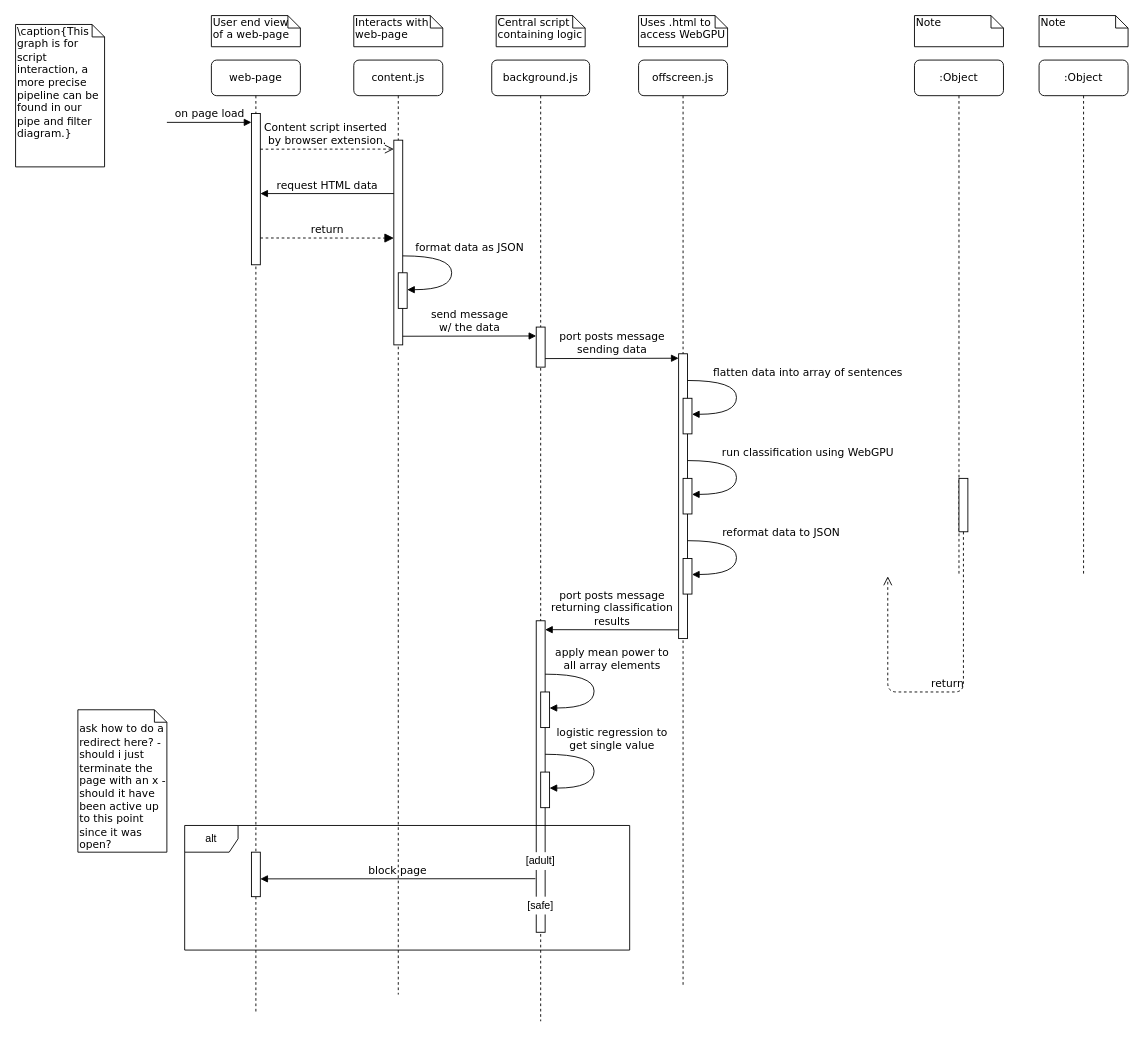
This is diagrams/PyroBlockerSequence.drawio from 3cho11/PyroBlocker, a draw.io file, before an edit. Source tidied: cells renumbered, new cells numbered last; positions are measured from the earlier drawing's top-left corner, leaving out a move shared by most shapes. Both pictures are drawn from the tidied source at 89%, with x=0, y=0 at pixel (15, 15).
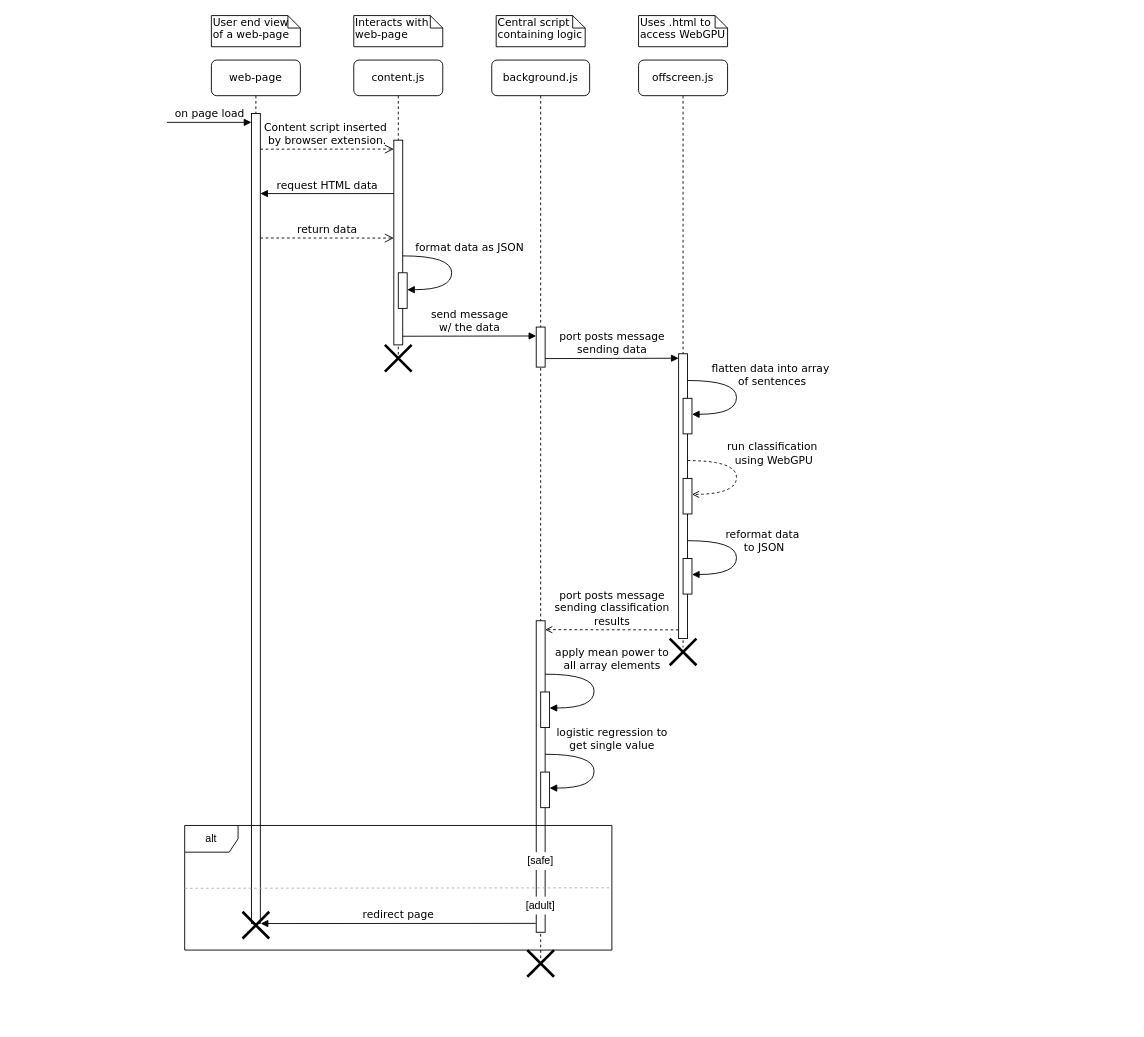
The same page after the edit.

The change refers to these unchanged cells:
```xml
<mxCell id="4" style="html=1;points=[];perimeter=orthogonalPerimeter;rounded=0;shadow=0;comic=0;labelBackgroundColor=none;strokeWidth=1;fontFamily=Verdana;fontSize=12;align=center;" parent="2" vertex="1">
  <mxGeometry x="50" y="630" width="10" height="350" as="geometry" />
</mxCell>
```

Change to the diagram source:
```diff
@@
     <mxCell id="2" value="background.js" style="shape=umlLifeline;perimeter=lifelinePerimeter;whiteSpace=wrap;html=1;rounded=1;shadow=0;comic=0;labelBackgroundColor=none;strokeWidth=1;fontFamily=Verdana;fontSize=12;align=center;" parent="1" vertex="1">
-      <mxGeometry x="535" y="50" width="110" height="1080" as="geometry" />
+      <mxGeometry x="535" y="50" width="110" height="1010" as="geometry" />
     </mxCell>
@@
-    <mxCell id="9" value="[adult]" style="rounded=0;whiteSpace=wrap;html=1;strokeColor=none;" parent="2" vertex="1">
+    <mxCell id="9" value="[safe]" style="rounded=0;whiteSpace=wrap;html=1;strokeColor=none;" parent="2" vertex="1">
       <mxGeometry x="30" y="890" width="50" height="20" as="geometry" />
     </mxCell>
+    <mxCell id="47" style="shape=umlDestroy;whiteSpace=wrap;html=1;strokeWidth=3;targetShapes=umlLifeline;" parent="2" vertex="1">
+      <mxGeometry x="40" y="1000" width="30" height="30" as="geometry" />
+    </mxCell>
     <mxCell id="10" value="offscreen.js" style="shape=umlLifeline;perimeter=lifelinePerimeter;whiteSpace=wrap;html=1;rounded=1;shadow=0;comic=0;labelBackgroundColor=none;strokeWidth=1;fontFamily=Verdana;fontSize=12;align=center;" parent="1" vertex="1">
-      <mxGeometry x="700" y="50" width="100" height="1040" as="geometry" />
+      <mxGeometry x="700" y="50" width="100" height="660" as="geometry" />
     </mxCell>
@@
-    <mxCell id="13" value="run classification using WebGPU" style="html=1;verticalAlign=bottom;endArrow=block;labelBackgroundColor=none;fontFamily=Verdana;fontSize=12;elbow=vertical;edgeStyle=orthogonalEdgeStyle;curved=1;entryX=1;entryY=0.286;entryPerimeter=0;exitX=1.038;exitY=0.345;exitPerimeter=0;" parent="10" edge="1">
-      <mxGeometry x="-0.23" y="80" relative="1" as="geometry">
+    <mxCell id="13" value="&lt;div&gt;run classification&amp;nbsp;&lt;/div&gt;&lt;div&gt;using WebGPU&lt;/div&gt;" style="html=1;verticalAlign=bottom;endArrow=open;labelBackgroundColor=none;fontFamily=Verdana;fontSize=12;elbow=vertical;edgeStyle=orthogonalEdgeStyle;curved=1;entryX=1;entryY=0.286;entryPerimeter=0;exitX=1.038;exitY=0.345;exitPerimeter=0;dashed=1;endFill=0;" parent="10" edge="1">
+      <mxGeometry x="-0.1" y="42" relative="1" as="geometry">
         <mxPoint x="55" y="450" as="sourcePoint" />
         <mxPoint x="60" y="488" as="targetPoint" />
         <Array as="points">
           <mxPoint x="110" y="450" />
           <mxPoint x="110" y="488" />
         </Array>
       </mxGeometry>
     </mxCell>
-    <mxCell id="14" value="flatten data into array of sentences" style="html=1;verticalAlign=bottom;endArrow=block;labelBackgroundColor=none;fontFamily=Verdana;fontSize=12;elbow=vertical;edgeStyle=orthogonalEdgeStyle;curved=1;entryX=1;entryY=0.286;entryPerimeter=0;exitX=1.038;exitY=0.345;exitPerimeter=0;" parent="10" edge="1">
-      <mxGeometry x="-0.23" y="80" relative="1" as="geometry">
+    <mxCell id="14" value="&lt;div&gt;flatten data into array&amp;nbsp;&lt;/div&gt;&lt;div&gt;of sentences&lt;/div&gt;" style="html=1;verticalAlign=bottom;endArrow=block;labelBackgroundColor=none;fontFamily=Verdana;fontSize=12;elbow=vertical;edgeStyle=orthogonalEdgeStyle;curved=1;entryX=1;entryY=0.286;entryPerimeter=0;exitX=1.038;exitY=0.345;exitPerimeter=0;" parent="10" edge="1">
+      <mxGeometry x="-0.08" y="40" relative="1" as="geometry">
         <mxPoint x="55" y="360" as="sourcePoint" />
         <mxPoint x="60" y="398" as="targetPoint" />
         <Array as="points">
           <mxPoint x="110" y="360" />
           <mxPoint x="110" y="398" />
         </Array>
       </mxGeometry>
     </mxCell>
@@
-    <mxCell id="16" value="reformat data to JSON " style="html=1;verticalAlign=bottom;endArrow=block;labelBackgroundColor=none;fontFamily=Verdana;fontSize=12;elbow=vertical;edgeStyle=orthogonalEdgeStyle;curved=1;entryX=1;entryY=0.286;entryPerimeter=0;exitX=1.038;exitY=0.345;exitPerimeter=0;" parent="10" edge="1">
-      <mxGeometry x="-0.23" y="50" relative="1" as="geometry">
+    <mxCell id="16" value="&lt;div&gt;reformat data&amp;nbsp;&lt;/div&gt;&lt;div&gt;to JSON &lt;/div&gt;" style="html=1;verticalAlign=bottom;endArrow=block;labelBackgroundColor=none;fontFamily=Verdana;fontSize=12;elbow=vertical;edgeStyle=orthogonalEdgeStyle;curved=1;entryX=1;entryY=0.286;entryPerimeter=0;exitX=1.038;exitY=0.345;exitPerimeter=0;" parent="10" edge="1">
+      <mxGeometry x="0.01" y="31" relative="1" as="geometry">
         <mxPoint x="55" y="540" as="sourcePoint" />
         <mxPoint x="60" y="578" as="targetPoint" />
         <Array as="points">
           <mxPoint x="110" y="540" />
           <mxPoint x="110" y="578" />
         </Array>
       </mxGeometry>
     </mxCell>
@@
     <mxCell id="19" value="web-page" style="shape=umlLifeline;perimeter=lifelinePerimeter;whiteSpace=wrap;html=1;rounded=1;shadow=0;comic=0;labelBackgroundColor=none;strokeWidth=1;fontFamily=Verdana;fontSize=12;align=center;" parent="1" vertex="1">
-      <mxGeometry x="220" y="50" width="100" height="1070" as="geometry" />
+      <mxGeometry x="220" y="50" width="100" height="970" as="geometry" />
     </mxCell>
     <mxCell id="20" style="html=1;perimeter=orthogonalPerimeter;rounded=0;shadow=0;comic=0;labelBackgroundColor=none;strokeWidth=1;fontFamily=Verdana;fontSize=12;align=center;" parent="19" vertex="1">
-      <mxGeometry x="45" y="60" width="10" height="170" as="geometry" />
+      <mxGeometry x="45" y="60" width="10" height="910" as="geometry" />
     </mxCell>
@@
-    <mxCell id="22" value=":Object" style="shape=umlLifeline;perimeter=lifelinePerimeter;whiteSpace=wrap;html=1;rounded=1;shadow=0;comic=0;labelBackgroundColor=none;strokeWidth=1;fontFamily=Verdana;fontSize=12;align=center;" parent="1" vertex="1">
-      <mxGeometry x="1010" y="50" width="100" height="580" as="geometry" />
-    </mxCell>
-    <mxCell id="23" value=":Object" style="shape=umlLifeline;perimeter=lifelinePerimeter;whiteSpace=wrap;html=1;rounded=1;shadow=0;comic=0;labelBackgroundColor=none;strokeWidth=1;fontFamily=Verdana;fontSize=12;align=center;" parent="1" vertex="1">
-      <mxGeometry x="1150" y="50" width="100" height="580" as="geometry" />
-    </mxCell>
     <mxCell id="24" value="content.js" style="shape=umlLifeline;perimeter=lifelinePerimeter;whiteSpace=wrap;html=1;rounded=1;shadow=0;comic=0;labelBackgroundColor=none;strokeWidth=1;fontFamily=Verdana;fontSize=12;align=center;" parent="1" vertex="1">
-      <mxGeometry x="380" y="50" width="100" height="1050" as="geometry" />
+      <mxGeometry x="380" y="50" width="100" height="340" as="geometry" />
     </mxCell>
@@
-    <mxCell id="29" value="return" style="html=1;verticalAlign=bottom;endArrow=block;entryX=0;entryY=0;labelBackgroundColor=none;fontFamily=Verdana;fontSize=12;edgeStyle=elbowEdgeStyle;elbow=vertical;dashed=1;endSize=8;" parent="24" edge="1">
+    <mxCell id="29" value="&lt;div&gt;return data&lt;/div&gt;" style="html=1;verticalAlign=bottom;endArrow=open;entryX=0;entryY=0;labelBackgroundColor=none;fontFamily=Verdana;fontSize=12;edgeStyle=elbowEdgeStyle;elbow=vertical;dashed=1;endSize=8;endFill=0;" parent="24" edge="1">
       <mxGeometry relative="1" as="geometry">
         <mxPoint x="-105" y="199.9" as="sourcePoint" />
         <mxPoint x="45" y="199.9" as="targetPoint" />
       </mxGeometry>
     </mxCell>
-    <mxCell id="30" style="html=1;points=[];perimeter=orthogonalPerimeter;rounded=0;shadow=0;comic=0;labelBackgroundColor=none;strokeWidth=1;fontFamily=Verdana;fontSize=12;align=center;" parent="1" vertex="1">
-      <mxGeometry x="1060" y="520" width="10" height="60" as="geometry" />
-    </mxCell>
-    <mxCell id="31" value="return" style="html=1;verticalAlign=bottom;endArrow=open;dashed=1;endSize=8;labelBackgroundColor=none;fontFamily=Verdana;fontSize=12;edgeStyle=elbowEdgeStyle;elbow=vertical;" parent="1" edge="1" source="30">
-      <mxGeometry relative="1" as="geometry">
-        <mxPoint x="980" y="630" as="targetPoint" />
-        <Array as="points">
-          <mxPoint x="730" y="760" />
-          <mxPoint x="750" y="670" />
-          <mxPoint x="760" y="570" />
-        </Array>
-      </mxGeometry>
-    </mxCell>
@@
-    <mxCell id="36" value="Note" style="shape=note;whiteSpace=wrap;html=1;size=14;verticalAlign=top;align=left;spacingTop=-6;rounded=0;shadow=0;comic=0;labelBackgroundColor=none;strokeWidth=1;fontFamily=Verdana;fontSize=12;" parent="1" vertex="1">
-      <mxGeometry x="1010" width="100" height="35" as="geometry" />
-    </mxCell>
-    <mxCell id="37" value="Note" style="shape=note;whiteSpace=wrap;html=1;size=14;verticalAlign=top;align=left;spacingTop=-6;rounded=0;shadow=0;comic=0;labelBackgroundColor=none;strokeWidth=1;fontFamily=Verdana;fontSize=12;" parent="1" vertex="1">
-      <mxGeometry x="1150" width="100" height="35" as="geometry" />
-    </mxCell>
@@
-    <mxCell id="40" value="port posts message&lt;br&gt;returning classification&lt;br&gt;results" style="html=1;verticalAlign=bottom;endArrow=block;labelBackgroundColor=none;fontFamily=Verdana;fontSize=12;edgeStyle=elbowEdgeStyle;elbow=vertical;" parent="1" edge="1">
+    <mxCell id="40" value="port posts message&lt;br&gt;sending classification&lt;br&gt;results" style="html=1;verticalAlign=bottom;endArrow=open;labelBackgroundColor=none;fontFamily=Verdana;fontSize=12;edgeStyle=elbowEdgeStyle;elbow=vertical;dashed=1;endFill=0;" parent="1" edge="1">
       <mxGeometry relative="1" as="geometry">
         <mxPoint x="745" y="690.2" as="sourcePoint" />
         <mxPoint x="595" y="690.5" as="targetPoint" />
       </mxGeometry>
     </mxCell>
-    <mxCell id="41" value="\caption{This graph is for script interaction, a more precise pipeline can be found in our pipe and filter diagram.}" style="shape=note;whiteSpace=wrap;html=1;size=14;verticalAlign=top;align=left;spacingTop=-6;rounded=0;shadow=0;comic=0;labelBackgroundColor=none;strokeWidth=1;fontFamily=Verdana;fontSize=12;" parent="1" vertex="1">
-      <mxGeometry y="10" width="100" height="160" as="geometry" />
-    </mxCell>
     <mxCell id="42" value="alt" style="shape=umlFrame;whiteSpace=wrap;html=1;" parent="1" vertex="1">
-      <mxGeometry x="190" y="910" width="500" height="140" as="geometry" />
+      <mxGeometry x="190" y="910" width="480" height="140" as="geometry" />
     </mxCell>
-    <mxCell id="43" style="html=1;points=[[0,0,0,0,5],[0,1,0,0,-5],[1,0,0,0,5],[1,1,0,0,-5]];perimeter=orthogonalPerimeter;outlineConnect=0;targetShapes=umlLifeline;portConstraint=eastwest;newEdgeStyle={&quot;curved&quot;:0,&quot;rounded&quot;:0};" parent="1" vertex="1">
-      <mxGeometry x="265" y="940" width="10" height="50" as="geometry" />
-    </mxCell>
-    <mxCell id="44" value="block page" style="html=1;verticalAlign=bottom;endArrow=block;labelBackgroundColor=none;fontFamily=Verdana;fontSize=12;edgeStyle=elbowEdgeStyle;elbow=vertical;exitX=-0.09;exitY=0.828;exitDx=0;exitDy=0;exitPerimeter=0;" parent="1" edge="1" source="4" target="43">
+    <mxCell id="44" value="redirect page" style="html=1;verticalAlign=bottom;endArrow=block;labelBackgroundColor=none;fontFamily=Verdana;fontSize=12;edgeStyle=elbowEdgeStyle;elbow=vertical;exitX=-0.09;exitY=0.828;exitDx=0;exitDy=0;exitPerimeter=0;" parent="1" edge="1">
       <mxGeometry relative="1" as="geometry">
+        <mxPoint x="584.5" y="1020" as="sourcePoint" />
+        <mxPoint x="275.4" y="1020.2" as="targetPoint" />
         <Array as="points">
-          <mxPoint x="585" y="970" />
+          <mxPoint x="585.5" y="1020.2" />
         </Array>
       </mxGeometry>
     </mxCell>
-    <mxCell id="45" value="[safe]" style="rounded=0;whiteSpace=wrap;html=1;strokeColor=none;" parent="1" vertex="1">
+    <mxCell id="45" value="[adult]" style="rounded=0;whiteSpace=wrap;html=1;strokeColor=none;" parent="1" vertex="1">
       <mxGeometry x="565" y="990" width="50" height="20" as="geometry" />
     </mxCell>
-    <mxCell id="46" value="&lt;br&gt;ask how to do a redirect here? - should i just terminate the page with an x - should it have been active up to this point since it was open?" style="shape=note;whiteSpace=wrap;html=1;size=14;verticalAlign=top;align=left;spacingTop=-6;rounded=0;shadow=0;comic=0;labelBackgroundColor=none;strokeWidth=1;fontFamily=Verdana;fontSize=12;" parent="1" vertex="1">
-      <mxGeometry x="70" y="780" width="100" height="160" as="geometry" />
-    </mxCell>
+    <mxCell id="48" style="endArrow=none;dashed=1;html=1;rounded=0;exitX=0.001;exitY=0.562;exitDx=0;exitDy=0;exitPerimeter=0;entryX=1.001;entryY=0.558;entryDx=0;entryDy=0;entryPerimeter=0;fillColor=#bac8d3;strokeColor=#B3B3B3;" parent="1" edge="1">
+      <mxGeometry relative="1" as="geometry">
+        <mxPoint x="190" y="980.6" as="sourcePoint" />
+        <mxPoint x="670" y="980" as="targetPoint" />
+      </mxGeometry>
+    </mxCell>
+    <mxCell id="49" style="shape=umlDestroy;whiteSpace=wrap;html=1;strokeWidth=3;targetShapes=umlLifeline;" parent="1" vertex="1">
+      <mxGeometry x="255" y="1007" width="30" height="30" as="geometry" />
+    </mxCell>
+    <mxCell id="50" style="shape=umlDestroy;whiteSpace=wrap;html=1;strokeWidth=3;targetShapes=umlLifeline;" parent="1" vertex="1">
+      <mxGeometry x="415" y="370" width="30" height="30" as="geometry" />
+    </mxCell>
+    <mxCell id="51" style="shape=umlDestroy;whiteSpace=wrap;html=1;strokeWidth=3;targetShapes=umlLifeline;" parent="1" vertex="1">
+      <mxGeometry x="735" y="700" width="30" height="30" as="geometry" />
+    </mxCell>
```
